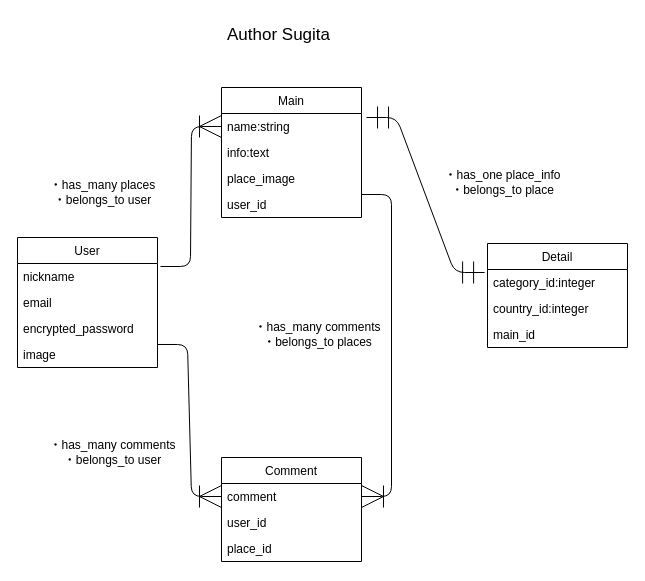
Earlier version of the draw.io diagram app.dio (daikichi86/original2). Source tidied: cells renumbered, new cells numbered last; positions are measured from the earlier drawing's top-left corner, leaving out a move shared by most shapes. Both pictures are drawn from the tidied source at 100%, with x=0, y=0 at pixel (17, 17).
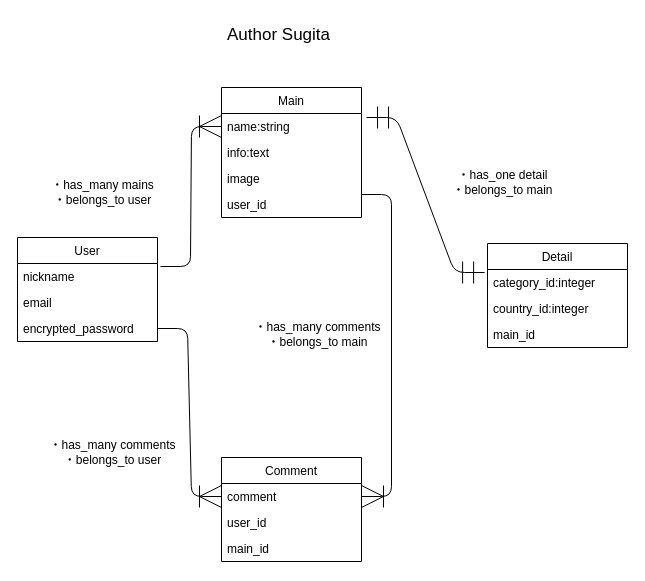
The same page after the edit.

The change refers to these unchanged cells:
```xml
<mxCell id="5" value="encrypted_password" style="text;strokeColor=none;fillColor=none;align=left;verticalAlign=top;spacingLeft=4;spacingRight=4;overflow=hidden;points=[[0,0.5],[1,0.5]];portConstraint=eastwest;" parent="2" vertex="1">
  <mxGeometry y="78" width="140" height="26" as="geometry" />
</mxCell>
<mxCell id="7" value="Main" style="swimlane;fontStyle=0;horizontal=1;startSize=26;fillColor=none;" parent="1" vertex="1">
  <mxGeometry x="204" y="70" width="140" height="130" as="geometry" />
</mxCell>
<mxCell id="16" value="Comment" style="swimlane;fontStyle=0;horizontal=1;startSize=26;fillColor=none;" parent="1" vertex="1">
  <mxGeometry x="204" y="440" width="140" height="104" as="geometry" />
</mxCell>
<mxCell id="17" value="comment" style="text;strokeColor=none;fillColor=none;align=left;verticalAlign=top;spacingLeft=4;spacingRight=4;overflow=hidden;points=[[0,0.5],[1,0.5]];portConstraint=eastwest;" parent="16" vertex="1">
  <mxGeometry y="26" width="140" height="26" as="geometry" />
</mxCell>
```

The edit, as a diff of the source:
```diff
@@
     <mxCell id="2" value="User" style="swimlane;fontStyle=0;horizontal=1;startSize=26;fillColor=none;" parent="1" vertex="1">
-      <mxGeometry y="220" width="140" height="130" as="geometry" />
+      <mxGeometry y="220" width="140" height="104" as="geometry" />
     </mxCell>
@@
-    <mxCell id="6" value="image" style="text;strokeColor=none;fillColor=none;align=left;verticalAlign=top;spacingLeft=4;spacingRight=4;overflow=hidden;points=[[0,0.5],[1,0.5]];portConstraint=eastwest;" parent="2" vertex="1">
-      <mxGeometry y="104" width="140" height="26" as="geometry" />
-    </mxCell>
@@
-    <mxCell id="10" value="place_image" style="text;strokeColor=none;fillColor=none;align=left;verticalAlign=top;spacingLeft=4;spacingRight=4;overflow=hidden;" parent="7" vertex="1">
+    <mxCell id="10" value="image" style="text;strokeColor=none;fillColor=none;align=left;verticalAlign=top;spacingLeft=4;spacingRight=4;overflow=hidden;" parent="7" vertex="1">
       <mxGeometry y="78" width="140" height="26" as="geometry" />
     </mxCell>
@@
-    <mxCell id="19" value="place_id" style="text;strokeColor=none;fillColor=none;align=left;verticalAlign=top;spacingLeft=4;spacingRight=4;overflow=hidden;" parent="16" vertex="1">
+    <mxCell id="19" value="main_id" style="text;strokeColor=none;fillColor=none;align=left;verticalAlign=top;spacingLeft=4;spacingRight=4;overflow=hidden;" parent="16" vertex="1">
       <mxGeometry y="78" width="140" height="26" as="geometry" />
     </mxCell>
@@
-    <mxCell id="22" value="・has_one place_info&lt;br&gt;・belongs_to place" style="text;html=1;align=center;verticalAlign=middle;" parent="1" vertex="1">
-      <mxGeometry x="420" y="150" width="130" height="30" as="geometry" />
+    <mxCell id="22" value="・has_one detail&lt;br&gt;・belongs_to main" style="text;html=1;align=center;verticalAlign=middle;" parent="1" vertex="1">
+      <mxGeometry x="425" y="150" width="120" height="30" as="geometry" />
     </mxCell>
-    <mxCell id="23" value="・has_many places&lt;br&gt;・belongs_to user" style="text;html=1;align=center;verticalAlign=middle;" parent="1" vertex="1">
+    <mxCell id="23" value="・has_many mains&lt;br&gt;・belongs_to user" style="text;html=1;align=center;verticalAlign=middle;" parent="1" vertex="1">
       <mxGeometry x="25" y="160" width="120" height="30" as="geometry" />
     </mxCell>
@@
-    <mxCell id="25" value="・has_many comments&lt;br&gt;・belongs_to places" style="text;html=1;align=center;verticalAlign=middle;" parent="1" vertex="1">
+    <mxCell id="25" value="・has_many comments&lt;br&gt;・belongs_to main" style="text;html=1;align=center;verticalAlign=middle;" parent="1" vertex="1">
       <mxGeometry x="230" y="302" width="140" height="30" as="geometry" />
     </mxCell>
@@
-    <mxCell id="27" style="edgeStyle=entityRelationEdgeStyle;fontSize=12;html=1;endArrow=ERoneToMany;entryX=0;entryY=0.5;entryDx=0;entryDy=0;strokeWidth=1;jumpSize=6;endSize=20;startSize=20;exitX=1;exitY=0.115;exitDx=0;exitDy=0;exitPerimeter=0;" parent="1" edge="1" source="6" target="17">
+    <mxCell id="27" style="edgeStyle=entityRelationEdgeStyle;fontSize=12;html=1;endArrow=ERoneToMany;entryX=0;entryY=0.5;entryDx=0;entryDy=0;strokeWidth=1;jumpSize=6;endSize=20;startSize=20;exitX=1;exitY=0.5;exitDx=0;exitDy=0;" parent="1" edge="1" source="5" target="17">
       <mxGeometry relative="1" as="geometry" />
     </mxCell>
```
